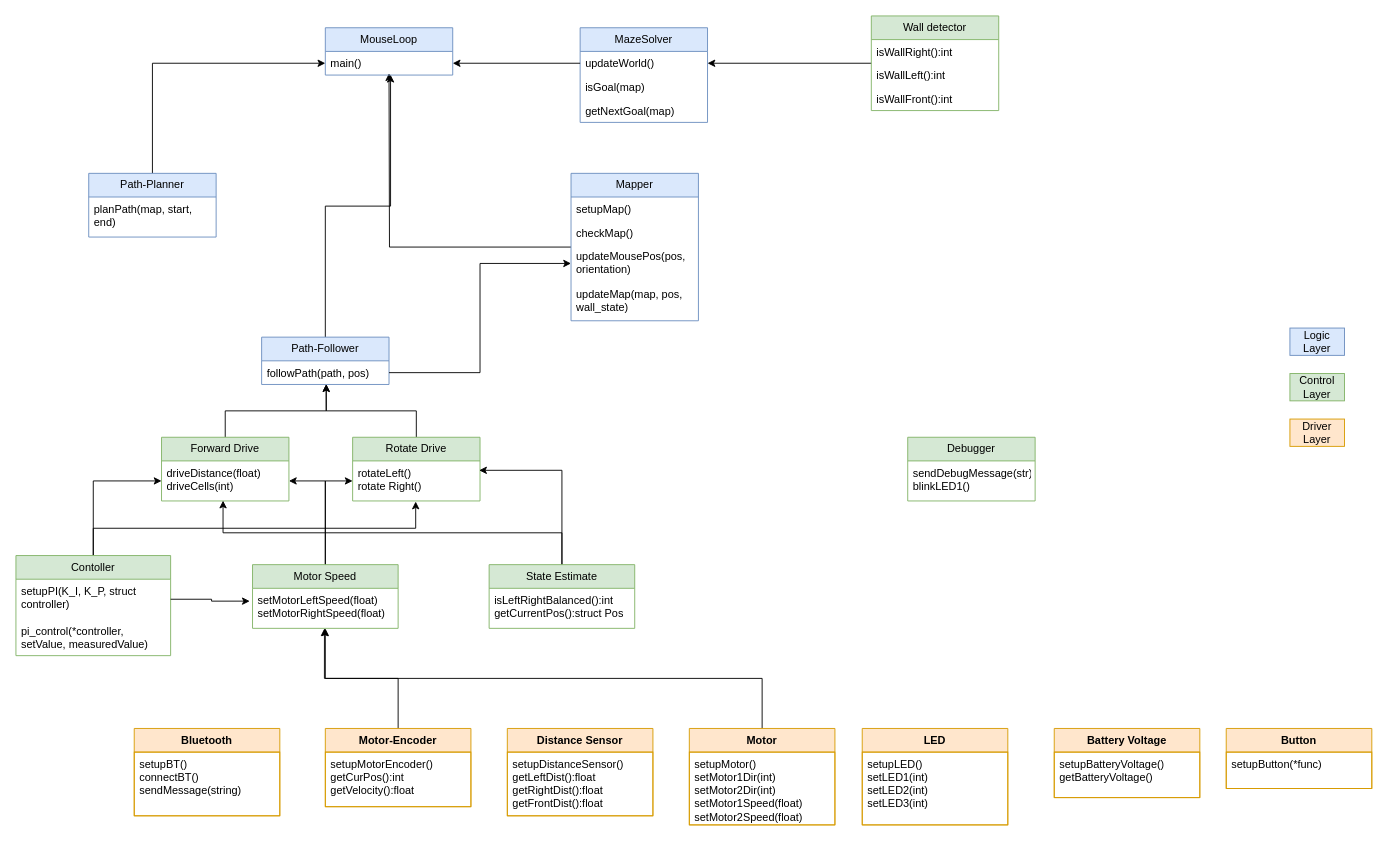
Before: draft/class_diagram.drawio in AminSeffo/Micromouse, a draw.io diagram. Source tidied: cells renumbered, new cells numbered last; positions are measured from the earlier drawing's top-left corner, leaving out a move shared by most shapes. Both pictures are drawn from the tidied source at 91%, with x=0, y=0 at pixel (15, 15).
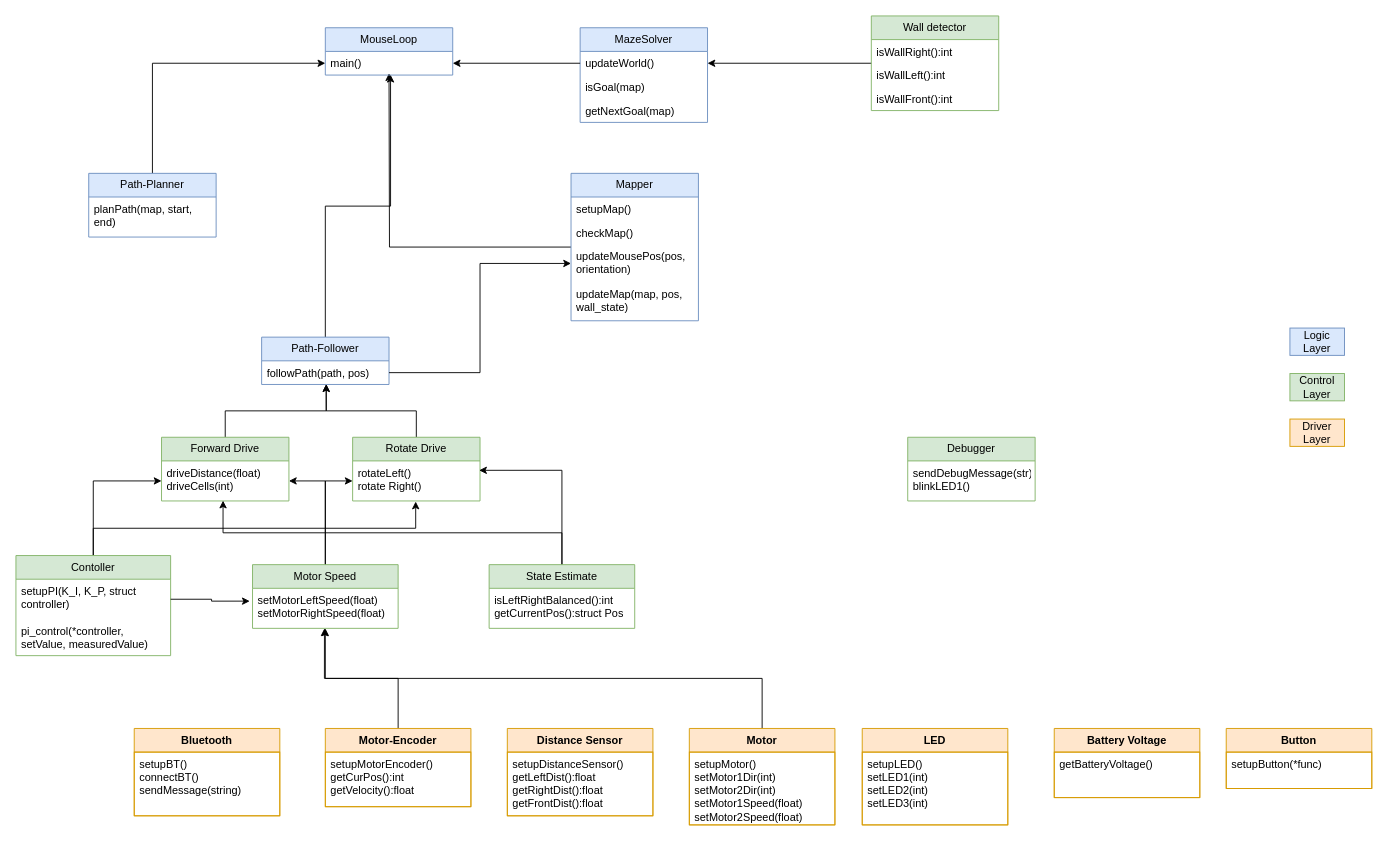
Above is the later version.

The change refers to these unchanged cells:
```xml
<mxCell id="14" value="Battery Voltage" style="swimlane;fontStyle=1;align=center;verticalAlign=top;horizontal=1;startSize=26;whiteSpace=wrap;html=1;fillColor=#ffe6cc;strokeColor=#d79b00;" parent="1" vertex="1">
  <mxGeometry x="1141" y="783" width="160" height="76" as="geometry" />
</mxCell>
```

The edit, as a diff of the source:
```diff
@@
-    <mxCell id="15" value="setupBatteryVoltage()&lt;br&gt;getBatteryVoltage()" style="text;strokeColor=#d79b00;fillColor=none;align=left;verticalAlign=top;spacingLeft=4;spacingRight=4;overflow=hidden;whiteSpace=wrap;html=1;" parent="14" vertex="1">
+    <mxCell id="15" value="getBatteryVoltage()" style="text;strokeColor=#d79b00;fillColor=none;align=left;verticalAlign=top;spacingLeft=4;spacingRight=4;overflow=hidden;whiteSpace=wrap;html=1;" parent="14" vertex="1">
       <mxGeometry y="26" width="160" height="50" as="geometry" />
     </mxCell>
```
